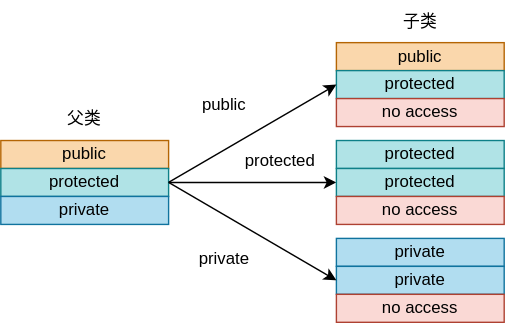
Above: source/image/C++/类成员权限继承关系.svg in CcooLcyy/CcooLcyy.github.io (draw.io), before the change. Source tidied: cells renumbered, new cells last; positions are measured from the earlier drawing's top-left corner, leaving out a move shared by most shapes.
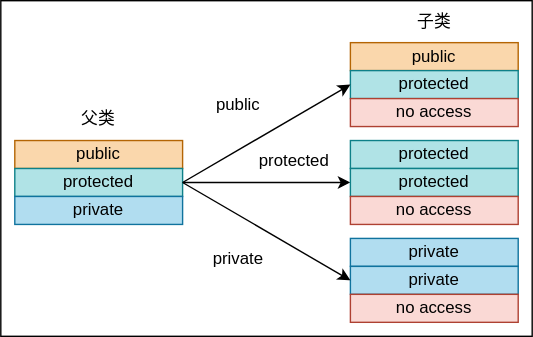
Above is the later version.

Commit message:
C++ svg图像边框，防止黑暗模式下显示问题

The edit, as a diff of the source:
```diff
@@ -2,6 +2,9 @@
   <root>
     <mxCell id="0" />
     <mxCell id="1" parent="0" />
+    <mxCell id="22" style="rounded=0;whiteSpace=wrap;html=1;" parent="1" vertex="1">
+      <mxGeometry x="-10" width="380" height="240" as="geometry" />
+    </mxCell>
     <mxCell id="2" value="public" style="rounded=0;whiteSpace=wrap;html=1;fillColor=#fad7ac;strokeColor=#b46504;" parent="1" vertex="1">
       <mxGeometry x="240" y="30" width="120" height="20" as="geometry" />
     </mxCell>
```
